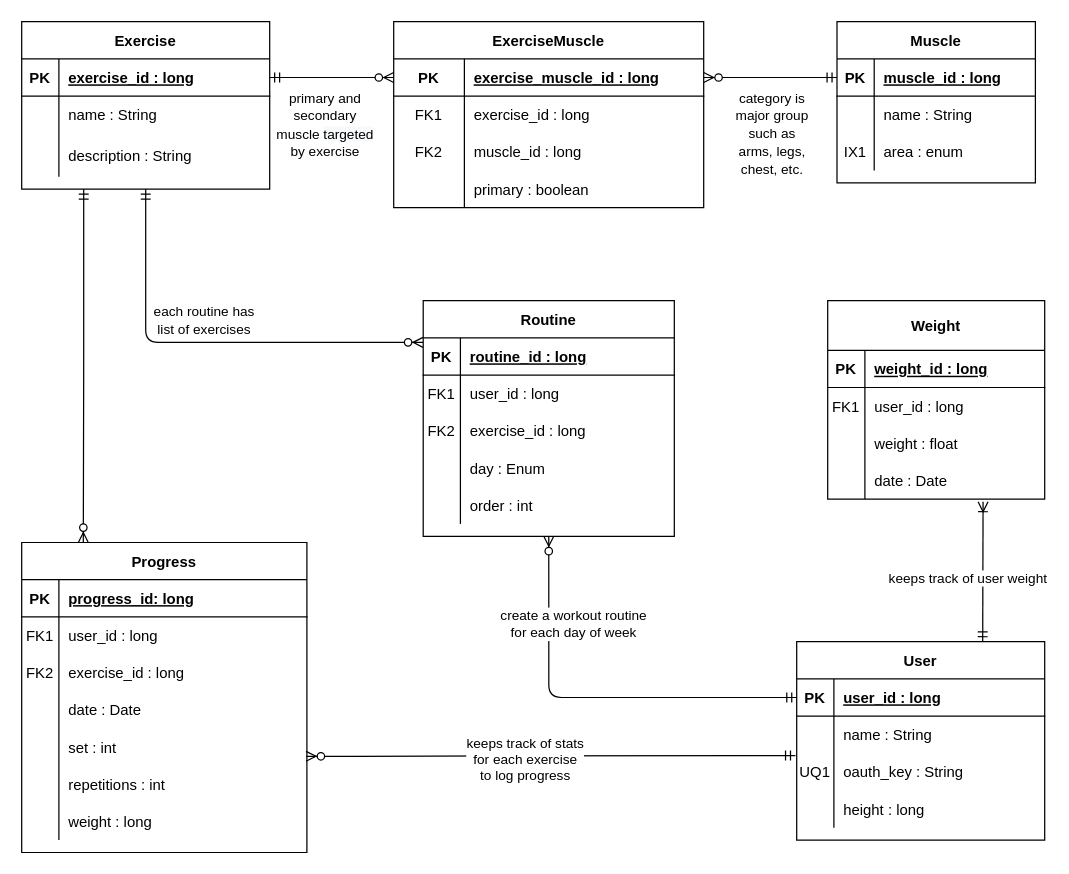
John-Jaramillo/my-workout keeps this draw.io diagram as docs/work/erd.drawio. Above is the earlier version. Source tidied: cells renumbered, new cells numbered last; positions are measured from the earlier drawing's top-left corner, leaving out a move shared by most shapes. Both pictures are drawn from the tidied source at 124%, with x=0, y=0 at pixel (21, 21).
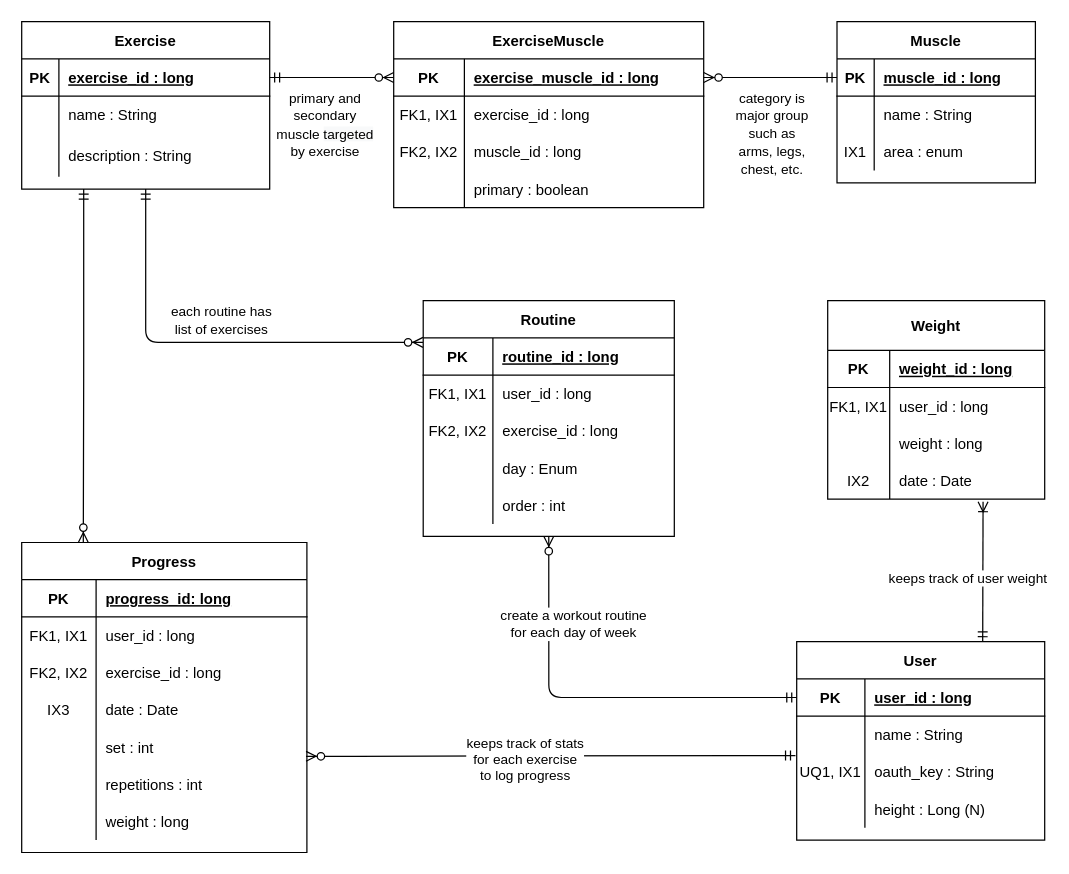
After the change.

Commit message (it also covers changes not shown here):
Updated ERD and Weight entity.

Unchanged cells that the change refers to:
```xml
<mxCell id="9" style="fontSize=12;html=1;endArrow=ERzeroToMany;startArrow=ERmandOne;startFill=0;entryX=-0.001;entryY=0.12;entryDx=0;entryDy=0;exitX=0.5;exitY=1;exitDx=0;exitDy=0;entryPerimeter=0;edgeStyle=orthogonalEdgeStyle;endFill=1;" parent="1" edge="1" source="14" target="35">
  <mxGeometry relative="1" as="geometry" />
</mxCell>
<mxCell id="35" style="shape=partialRectangle;fillColor=none;top=0;left=0;bottom=1;right=0;points=[[0,0.5],[1,0.5]];portConstraint=eastwest;" parent="34" vertex="1">
  <mxGeometry y="30" width="202.5" height="30" as="geometry" />
</mxCell>
<mxCell id="38" style="shape=partialRectangle;fillColor=none;top=0;left=0;bottom=0;right=0;" parent="34" vertex="1">
  <mxGeometry y="60" width="202.5" height="30" as="geometry" />
</mxCell>
<mxCell id="41" style="shape=partialRectangle;fillColor=none;top=0;left=0;bottom=0;right=0;" parent="34" vertex="1">
  <mxGeometry y="90" width="202.5" height="30" as="geometry" />
</mxCell>
<mxCell id="44" style="shape=partialRectangle;fillColor=none;top=0;left=0;bottom=0;right=0;" parent="34" vertex="1">
  <mxGeometry y="120" width="202.5" height="30" as="geometry" />
</mxCell>
<mxCell id="47" style="shape=partialRectangle;fillColor=none;top=0;left=0;bottom=0;right=0;" parent="34" vertex="1">
  <mxGeometry y="150" width="202.5" height="30" as="geometry" />
</mxCell>
<mxCell id="54" style="shape=partialRectangle;fillColor=none;top=0;left=0;bottom=0;right=0;" parent="50" vertex="1">
  <mxGeometry y="60" width="250" height="30" as="geometry" />
</mxCell>
<mxCell id="57" style="shape=partialRectangle;fillColor=none;top=0;left=0;bottom=0;right=0;" parent="50" vertex="1">
  <mxGeometry y="90" width="250" height="30" as="geometry" />
</mxCell>
<mxCell id="64" style="shape=partialRectangle;fillColor=none;top=0;left=0;bottom=1;right=0;points=[[0,0.5],[1,0.5]];portConstraint=eastwest;" parent="63" vertex="1">
  <mxGeometry y="30" width="200" height="30" as="geometry" />
</mxCell>
<mxCell id="67" style="shape=partialRectangle;fillColor=none;top=0;left=0;bottom=0;right=0;" parent="63" vertex="1">
  <mxGeometry y="60" width="200" height="30" as="geometry" />
</mxCell>
<mxCell id="70" style="shape=partialRectangle;fillColor=none;top=0;left=0;bottom=0;right=0;points=[[0,0.5],[1,0.5]];portConstraint=eastwest;" parent="63" vertex="1">
  <mxGeometry y="90" width="200" height="30" as="geometry" />
</mxCell>
<mxCell id="73" style="shape=partialRectangle;fillColor=none;top=0;left=0;bottom=0;right=0;" parent="63" vertex="1">
  <mxGeometry y="120" width="200" height="30" as="geometry" />
</mxCell>
<mxCell id="77" style="shape=partialRectangle;fillColor=none;top=0;left=0;bottom=1;right=0;" parent="76" vertex="1">
  <mxGeometry y="40" width="175" height="30" as="geometry" />
</mxCell>
<mxCell id="80" style="shape=partialRectangle;fillColor=none;top=0;left=0;bottom=0;right=0;" parent="76" vertex="1">
  <mxGeometry y="70" width="175" height="30" as="geometry" />
</mxCell>
<mxCell id="83" style="shape=partialRectangle;fillColor=none;top=0;left=0;bottom=0;right=0;" parent="76" vertex="1">
  <mxGeometry y="100" width="175" height="30" as="geometry" />
</mxCell>
<mxCell id="86" style="shape=partialRectangle;fillColor=none;top=0;left=0;bottom=0;right=0;points=[[0,0.5],[1,0.5]];portConstraint=eastwest;" parent="76" vertex="1">
  <mxGeometry y="130" width="175" height="30" as="geometry" />
</mxCell>
<mxCell id="90" style="shape=partialRectangle;fillColor=none;top=0;left=0;bottom=1;right=0;" parent="89" vertex="1">
  <mxGeometry y="30" width="230" height="30" as="geometry" />
</mxCell>
<mxCell id="93" style="shape=partialRectangle;fillColor=none;top=0;left=0;bottom=0;right=0;" parent="89" vertex="1">
  <mxGeometry y="60" width="230" height="30" as="geometry" />
</mxCell>
<mxCell id="96" style="shape=partialRectangle;fillColor=none;top=0;left=0;bottom=0;right=0;" parent="89" vertex="1">
  <mxGeometry y="90" width="230" height="30" as="geometry" />
</mxCell>
<mxCell id="99" style="shape=partialRectangle;fillColor=none;top=0;left=0;bottom=0;right=0;" parent="89" vertex="1">
  <mxGeometry y="120" width="230" height="30" as="geometry" />
</mxCell>
<mxCell id="102" style="shape=partialRectangle;fillColor=none;top=0;left=0;bottom=0;right=0;points=[[0,0.5],[1,0.5]];portConstraint=eastwest;" parent="89" vertex="1">
  <mxGeometry y="150" width="230" height="30" as="geometry" />
</mxCell>
<mxCell id="105" style="shape=partialRectangle;fillColor=none;top=0;left=0;bottom=0;right=0;" parent="89" vertex="1">
  <mxGeometry y="180" width="230" height="30" as="geometry" />
</mxCell>
<mxCell id="108" style="shape=partialRectangle;fillColor=none;top=0;left=0;bottom=0;right=0;" parent="89" vertex="1">
  <mxGeometry y="210" width="230" height="30" as="geometry" />
</mxCell>
```

The edit, as a diff of the source:
```diff
@@
     <mxCell id="10" value="each routine has &lt;br&gt;list of exercises" style="edgeLabel;html=1;align=center;verticalAlign=middle;" parent="9" vertex="1">
       <mxGeometry x="-0.02" y="66" relative="1" as="geometry">
-        <mxPoint y="47.4" as="offset" />
+        <mxPoint x="14.6" y="47.4" as="offset" />
       </mxGeometry>
     </mxCell>
@@
     <mxCell id="36" value="PK" style="shape=partialRectangle;fillColor=none;top=0;left=0;bottom=0;right=0;fontStyle=1;overflow=hidden;" parent="35" vertex="1">
-      <mxGeometry width="30" height="30" as="geometry" />
+      <mxGeometry width="56.2" height="30" as="geometry" />
     </mxCell>
     <mxCell id="37" value="routine_id : long" style="shape=partialRectangle;fillColor=none;top=0;left=0;bottom=0;right=0;align=left;spacingLeft=6;fontStyle=5;overflow=hidden;" parent="35" vertex="1">
-      <mxGeometry x="30" width="172.5" height="30" as="geometry" />
+      <mxGeometry x="56.2" width="146.2" height="30" as="geometry" />
     </mxCell>
@@
-    <mxCell id="39" value="FK1" style="shape=partialRectangle;fillColor=none;top=0;left=0;bottom=0;right=0;overflow=hidden;" parent="38" vertex="1">
-      <mxGeometry width="30" height="30" as="geometry" />
+    <mxCell id="39" value="FK1, IX1" style="shape=partialRectangle;fillColor=none;top=0;left=0;bottom=0;right=0;overflow=hidden;" parent="38" vertex="1">
+      <mxGeometry width="56.2" height="30" as="geometry" />
     </mxCell>
     <mxCell id="40" value="user_id : long" style="shape=partialRectangle;fillColor=none;top=0;left=0;bottom=0;right=0;align=left;spacingLeft=6;overflow=hidden;" parent="38" vertex="1">
-      <mxGeometry x="30" width="172.5" height="30" as="geometry" />
+      <mxGeometry x="56.2" width="146.2" height="30" as="geometry" />
     </mxCell>
@@
-    <mxCell id="42" value="FK2" style="shape=partialRectangle;fillColor=none;top=0;left=0;bottom=0;right=0;overflow=hidden;" parent="41" vertex="1">
-      <mxGeometry width="30" height="30" as="geometry" />
+    <mxCell id="42" value="FK2, IX2" style="shape=partialRectangle;fillColor=none;top=0;left=0;bottom=0;right=0;overflow=hidden;" parent="41" vertex="1">
+      <mxGeometry width="56.2" height="30" as="geometry" />
     </mxCell>
     <mxCell id="43" value="exercise_id : long" style="shape=partialRectangle;fillColor=none;top=0;left=0;bottom=0;right=0;align=left;spacingLeft=6;overflow=hidden;" parent="41" vertex="1">
-      <mxGeometry x="30" width="172.5" height="30" as="geometry" />
+      <mxGeometry x="56.2" width="146.2" height="30" as="geometry" />
     </mxCell>
@@
     <mxCell id="45" style="shape=partialRectangle;fillColor=none;top=0;left=0;bottom=0;right=0;overflow=hidden;" parent="44" vertex="1">
-      <mxGeometry width="30" height="30" as="geometry" />
+      <mxGeometry width="56.2" height="30" as="geometry" />
     </mxCell>
     <mxCell id="46" value="day : Enum" style="shape=partialRectangle;fillColor=none;top=0;left=0;bottom=0;right=0;align=left;spacingLeft=6;overflow=hidden;" parent="44" vertex="1">
-      <mxGeometry x="30" width="172.5" height="30" as="geometry" />
+      <mxGeometry x="56.2" width="146.2" height="30" as="geometry" />
     </mxCell>
@@
     <mxCell id="48" style="shape=partialRectangle;fillColor=none;top=0;left=0;bottom=0;right=0;overflow=hidden;" parent="47" vertex="1">
-      <mxGeometry width="30" height="30" as="geometry" />
+      <mxGeometry width="56.2" height="30" as="geometry" />
     </mxCell>
     <mxCell id="49" value="order : int" style="shape=partialRectangle;fillColor=none;top=0;left=0;bottom=0;right=0;align=left;spacingLeft=6;overflow=hidden;" parent="47" vertex="1">
-      <mxGeometry x="30" width="172.5" height="30" as="geometry" />
+      <mxGeometry x="56.2" width="146.2" height="30" as="geometry" />
     </mxCell>
@@
-    <mxCell id="55" value="FK1" style="shape=partialRectangle;fillColor=none;top=0;left=0;bottom=0;right=0;overflow=hidden;" parent="54" vertex="1">
+    <mxCell id="55" value="FK1, IX1" style="shape=partialRectangle;fillColor=none;top=0;left=0;bottom=0;right=0;overflow=hidden;" parent="54" vertex="1">
       <mxGeometry width="57" height="30" as="geometry" />
     </mxCell>
@@
-    <mxCell id="58" value="FK2" style="shape=partialRectangle;fillColor=none;top=0;left=0;bottom=0;right=0;overflow=hidden;" parent="57" vertex="1">
+    <mxCell id="58" value="FK2, IX2" style="shape=partialRectangle;fillColor=none;top=0;left=0;bottom=0;right=0;overflow=hidden;" parent="57" vertex="1">
       <mxGeometry width="57" height="30" as="geometry" />
     </mxCell>
@@
     <mxCell id="65" value="PK" style="shape=partialRectangle;fillColor=none;top=0;left=0;bottom=0;right=0;fontStyle=1;overflow=hidden;" parent="64" vertex="1">
-      <mxGeometry width="30" height="30" as="geometry" />
+      <mxGeometry width="55" height="30" as="geometry" />
     </mxCell>
     <mxCell id="66" value="user_id : long" style="shape=partialRectangle;fillColor=none;top=0;left=0;bottom=0;right=0;align=left;spacingLeft=6;fontStyle=5;overflow=hidden;" parent="64" vertex="1">
-      <mxGeometry x="30" width="170" height="30" as="geometry" />
+      <mxGeometry x="55" width="145" height="30" as="geometry" />
     </mxCell>
@@
     <mxCell id="68" style="shape=partialRectangle;fillColor=none;top=0;left=0;bottom=0;right=0;overflow=hidden;" parent="67" vertex="1">
-      <mxGeometry width="30" height="30" as="geometry" />
+      <mxGeometry width="55" height="30" as="geometry" />
     </mxCell>
     <mxCell id="69" value="name : String" style="shape=partialRectangle;fillColor=none;top=0;left=0;bottom=0;right=0;align=left;spacingLeft=6;overflow=hidden;" parent="67" vertex="1">
-      <mxGeometry x="30" width="170" height="30" as="geometry" />
+      <mxGeometry x="55" width="145" height="30" as="geometry" />
     </mxCell>
@@
-    <mxCell id="71" value="UQ1" style="shape=partialRectangle;fillColor=none;top=0;left=0;bottom=0;right=0;overflow=hidden;" parent="70" vertex="1">
-      <mxGeometry width="30" height="30" as="geometry" />
+    <mxCell id="71" value="UQ1, IX1" style="shape=partialRectangle;fillColor=none;top=0;left=0;bottom=0;right=0;overflow=hidden;" parent="70" vertex="1">
+      <mxGeometry width="55" height="30" as="geometry" />
     </mxCell>
     <mxCell id="72" value="oauth_key : String" style="shape=partialRectangle;fillColor=none;top=0;left=0;bottom=0;right=0;align=left;spacingLeft=6;overflow=hidden;" parent="70" vertex="1">
-      <mxGeometry x="30" width="170" height="30" as="geometry" />
+      <mxGeometry x="55" width="145" height="30" as="geometry" />
     </mxCell>
@@
     <mxCell id="74" style="shape=partialRectangle;fillColor=none;top=0;left=0;bottom=0;right=0;overflow=hidden;" parent="73" vertex="1">
-      <mxGeometry width="30" height="30" as="geometry" />
+      <mxGeometry width="55" height="30" as="geometry" />
     </mxCell>
-    <mxCell id="75" value="height : long" style="shape=partialRectangle;fillColor=none;top=0;left=0;bottom=0;right=0;align=left;spacingLeft=6;overflow=hidden;" parent="73" vertex="1">
-      <mxGeometry x="30" width="170" height="30" as="geometry" />
+    <mxCell id="75" value="height : Long (N)" style="shape=partialRectangle;fillColor=none;top=0;left=0;bottom=0;right=0;align=left;spacingLeft=6;overflow=hidden;" parent="73" vertex="1">
+      <mxGeometry x="55" width="145" height="30" as="geometry" />
     </mxCell>
@@
     <mxCell id="78" value="PK" style="shape=partialRectangle;fillColor=none;top=0;left=0;bottom=0;right=0;fontStyle=1;overflow=hidden;" parent="77" vertex="1">
-      <mxGeometry width="30" height="30" as="geometry" />
+      <mxGeometry width="50" height="30" as="geometry" />
     </mxCell>
     <mxCell id="79" value="weight_id : long" style="shape=partialRectangle;fillColor=none;top=0;left=0;bottom=0;right=0;align=left;spacingLeft=6;fontStyle=5;overflow=hidden;" parent="77" vertex="1">
-      <mxGeometry x="30" width="145" height="30" as="geometry" />
+      <mxGeometry x="50" width="125" height="30" as="geometry" />
     </mxCell>
@@
-    <mxCell id="81" value="FK1" style="shape=partialRectangle;fillColor=none;top=0;left=0;bottom=0;right=0;overflow=hidden;" parent="80" vertex="1">
-      <mxGeometry width="30" height="30" as="geometry" />
+    <mxCell id="81" value="FK1, IX1" style="shape=partialRectangle;fillColor=none;top=0;left=0;bottom=0;right=0;overflow=hidden;" parent="80" vertex="1">
+      <mxGeometry width="50" height="30" as="geometry" />
     </mxCell>
     <mxCell id="82" value="user_id : long" style="shape=partialRectangle;fillColor=none;top=0;left=0;bottom=0;right=0;align=left;spacingLeft=6;overflow=hidden;" parent="80" vertex="1">
-      <mxGeometry x="30" width="145" height="30" as="geometry" />
+      <mxGeometry x="50" width="125" height="30" as="geometry" />
     </mxCell>
@@
     <mxCell id="84" style="shape=partialRectangle;fillColor=none;top=0;left=0;bottom=0;right=0;overflow=hidden;" parent="83" vertex="1">
-      <mxGeometry width="30" height="30" as="geometry" />
+      <mxGeometry width="50" height="30" as="geometry" />
     </mxCell>
-    <mxCell id="85" value="weight : float" style="shape=partialRectangle;fillColor=none;top=0;left=0;bottom=0;right=0;align=left;spacingLeft=6;overflow=hidden;" parent="83" vertex="1">
-      <mxGeometry x="30" width="145" height="30" as="geometry" />
+    <mxCell id="85" value="weight : long" style="shape=partialRectangle;fillColor=none;top=0;left=0;bottom=0;right=0;align=left;spacingLeft=6;overflow=hidden;" parent="83" vertex="1">
+      <mxGeometry x="50" width="125" height="30" as="geometry" />
     </mxCell>
@@
-    <mxCell id="87" style="shape=partialRectangle;fillColor=none;top=0;left=0;bottom=0;right=0;overflow=hidden;" parent="86" vertex="1">
-      <mxGeometry width="30" height="30" as="geometry" />
+    <mxCell id="87" value="IX2" style="shape=partialRectangle;fillColor=none;top=0;left=0;bottom=0;right=0;overflow=hidden;" parent="86" vertex="1">
+      <mxGeometry width="50" height="30" as="geometry" />
     </mxCell>
     <mxCell id="88" value="date : Date" style="shape=partialRectangle;fillColor=none;top=0;left=0;bottom=0;right=0;align=left;spacingLeft=6;overflow=hidden;" parent="86" vertex="1">
-      <mxGeometry x="30" width="145" height="30" as="geometry" />
+      <mxGeometry x="50" width="125" height="30" as="geometry" />
     </mxCell>
@@
     <mxCell id="91" value="PK" style="shape=partialRectangle;fillColor=none;top=0;left=0;bottom=0;right=0;fontStyle=1;overflow=hidden;" parent="90" vertex="1">
-      <mxGeometry width="30" height="30" as="geometry" />
+      <mxGeometry width="60" height="30" as="geometry" />
     </mxCell>
     <mxCell id="92" value="progress_id: long" style="shape=partialRectangle;fillColor=none;top=0;left=0;bottom=0;right=0;align=left;spacingLeft=6;fontStyle=5;overflow=hidden;" parent="90" vertex="1">
-      <mxGeometry x="30" width="200" height="30" as="geometry" />
+      <mxGeometry x="60" width="170" height="30" as="geometry" />
     </mxCell>
@@
-    <mxCell id="94" value="FK1" style="shape=partialRectangle;fillColor=none;top=0;left=0;bottom=0;right=0;overflow=hidden;" parent="93" vertex="1">
-      <mxGeometry width="30" height="30" as="geometry" />
+    <mxCell id="94" value="FK1, IX1" style="shape=partialRectangle;fillColor=none;top=0;left=0;bottom=0;right=0;overflow=hidden;" parent="93" vertex="1">
+      <mxGeometry width="60" height="30" as="geometry" />
     </mxCell>
     <mxCell id="95" value="user_id : long" style="shape=partialRectangle;fillColor=none;top=0;left=0;bottom=0;right=0;align=left;spacingLeft=6;overflow=hidden;" parent="93" vertex="1">
-      <mxGeometry x="30" width="200" height="30" as="geometry" />
+      <mxGeometry x="60" width="170" height="30" as="geometry" />
     </mxCell>
@@
-    <mxCell id="97" value="FK2" style="shape=partialRectangle;fillColor=none;top=0;left=0;bottom=0;right=0;overflow=hidden;" parent="96" vertex="1">
-      <mxGeometry width="30" height="30" as="geometry" />
+    <mxCell id="97" value="FK2, IX2" style="shape=partialRectangle;fillColor=none;top=0;left=0;bottom=0;right=0;overflow=hidden;" parent="96" vertex="1">
+      <mxGeometry width="60" height="30" as="geometry" />
     </mxCell>
     <mxCell id="98" value="exercise_id : long" style="shape=partialRectangle;fillColor=none;top=0;left=0;bottom=0;right=0;align=left;spacingLeft=6;overflow=hidden;" parent="96" vertex="1">
-      <mxGeometry x="30" width="200" height="30" as="geometry" />
+      <mxGeometry x="60" width="170" height="30" as="geometry" />
     </mxCell>
@@
-    <mxCell id="100" style="shape=partialRectangle;fillColor=none;top=0;left=0;bottom=0;right=0;overflow=hidden;" parent="99" vertex="1">
-      <mxGeometry width="30" height="30" as="geometry" />
+    <mxCell id="100" value="IX3" style="shape=partialRectangle;fillColor=none;top=0;left=0;bottom=0;right=0;overflow=hidden;" parent="99" vertex="1">
+      <mxGeometry width="60" height="30" as="geometry" />
     </mxCell>
     <mxCell id="101" value="date : Date" style="shape=partialRectangle;fillColor=none;top=0;left=0;bottom=0;right=0;align=left;spacingLeft=6;overflow=hidden;" parent="99" vertex="1">
-      <mxGeometry x="30" width="200" height="30" as="geometry" />
+      <mxGeometry x="60" width="170" height="30" as="geometry" />
     </mxCell>
@@
     <mxCell id="103" style="shape=partialRectangle;fillColor=none;top=0;left=0;bottom=0;right=0;overflow=hidden;" parent="102" vertex="1">
-      <mxGeometry width="30" height="30" as="geometry" />
+      <mxGeometry width="60" height="30" as="geometry" />
     </mxCell>
     <mxCell id="104" value="set : int" style="shape=partialRectangle;fillColor=none;top=0;left=0;bottom=0;right=0;align=left;spacingLeft=6;overflow=hidden;" parent="102" vertex="1">
-      <mxGeometry x="30" width="200" height="30" as="geometry" />
+      <mxGeometry x="60" width="170" height="30" as="geometry" />
     </mxCell>
@@
     <mxCell id="106" style="shape=partialRectangle;fillColor=none;top=0;left=0;bottom=0;right=0;overflow=hidden;" parent="105" vertex="1">
-      <mxGeometry width="30" height="30" as="geometry" />
+      <mxGeometry width="60" height="30" as="geometry" />
     </mxCell>
     <mxCell id="107" value="repetitions : int" style="shape=partialRectangle;fillColor=none;top=0;left=0;bottom=0;right=0;align=left;spacingLeft=6;overflow=hidden;" parent="105" vertex="1">
-      <mxGeometry x="30" width="200" height="30" as="geometry" />
+      <mxGeometry x="60" width="170" height="30" as="geometry" />
     </mxCell>
@@
     <mxCell id="109" style="shape=partialRectangle;fillColor=none;top=0;left=0;bottom=0;right=0;overflow=hidden;" parent="108" vertex="1">
-      <mxGeometry width="30" height="30" as="geometry" />
+      <mxGeometry width="60" height="30" as="geometry" />
     </mxCell>
     <mxCell id="110" value="weight : long" style="shape=partialRectangle;fillColor=none;top=0;left=0;bottom=0;right=0;align=left;spacingLeft=6;overflow=hidden;" parent="108" vertex="1">
-      <mxGeometry x="30" width="200" height="30" as="geometry" />
+      <mxGeometry x="60" width="170" height="30" as="geometry" />
     </mxCell>
```
